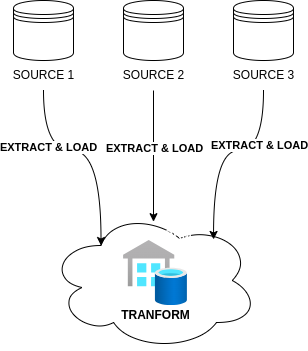
shaikezam/shaikezam.github.io keeps this draw.io diagram as style/elt.png. Above is the earlier version. Source tidied: cells renumbered, new cells last; positions are measured from the earlier drawing's top-left corner, leaving out a move shared by most shapes. The source it was exported from:
```xml
<mxGraphModel>
  <root>
    <mxCell id="0" />
    <mxCell id="1" parent="0" />
    <mxCell id="2" style="ellipse;shape=cloud;whiteSpace=wrap;html=1;" parent="1" vertex="1">
      <mxGeometry x="45" y="210" width="210" height="140" as="geometry" />
    </mxCell>
    <mxCell id="3" style="shape=datastore;whiteSpace=wrap;html=1;" parent="1" vertex="1">
      <mxGeometry x="10" width="60" height="60" as="geometry" />
    </mxCell>
    <mxCell id="4" style="shape=datastore;whiteSpace=wrap;html=1;" parent="1" vertex="1">
      <mxGeometry x="120" width="60" height="60" as="geometry" />
    </mxCell>
    <mxCell id="5" style="shape=datastore;whiteSpace=wrap;html=1;" parent="1" vertex="1">
      <mxGeometry x="230" width="60" height="60" as="geometry" />
    </mxCell>
    <mxCell id="6" value="SOURCE 1" style="text;html=1;align=center;verticalAlign=middle;points=[];strokeColor=none;fillColor=none;" parent="1" vertex="1">
      <mxGeometry y="60" width="80" height="30" as="geometry" />
    </mxCell>
    <mxCell id="7" value="SOURCE 2" style="text;html=1;align=center;verticalAlign=middle;points=[];strokeColor=none;fillColor=none;" parent="1" vertex="1">
      <mxGeometry x="110" y="60" width="80" height="30" as="geometry" />
    </mxCell>
    <mxCell id="8" value="SOURCE 3" style="text;html=1;align=center;verticalAlign=middle;points=[];strokeColor=none;fillColor=none;" parent="1" vertex="1">
      <mxGeometry x="220" y="60" width="80" height="30" as="geometry" />
    </mxCell>
    <mxCell id="9" style="edgeStyle=orthogonalEdgeStyle;rounded=0;jettySize=auto;html=1;startArrow=classic;startFill=1;endArrow=none;endFill=0;curved=1;exitX=0.25;exitY=0.25;exitDx=0;exitDy=0;exitPerimeter=0;" parent="1" edge="1" source="2" target="6">
      <mxGeometry relative="1" as="geometry" />
    </mxCell>
    <mxCell id="10" value="EXTRACT &amp;amp; LOAD" style="edgeLabel;html=1;align=center;verticalAlign=middle;fontStyle=1;" parent="9" vertex="1">
      <mxGeometry x="0.39" y="-4" relative="1" as="geometry" />
    </mxCell>
    <mxCell id="11" style="edgeStyle=orthogonalEdgeStyle;rounded=0;jettySize=auto;html=1;startArrow=classic;startFill=1;endArrow=none;endFill=0;curved=1;exitX=0.786;exitY=0.207;exitDx=0;exitDy=0;exitPerimeter=0;" parent="1" edge="1" source="2" target="8">
      <mxGeometry relative="1" as="geometry" />
    </mxCell>
    <mxCell id="12" value="&lt;span style=&quot;color: rgb(0, 0, 0); font-family: Helvetica; font-size: 11px; font-style: normal; font-variant-ligatures: normal; font-variant-caps: normal; font-weight: 700; letter-spacing: normal; orphans: 2; text-align: center; text-indent: 0px; text-transform: none; widows: 2; word-spacing: 0px; -webkit-text-stroke-width: 0px; white-space: nowrap; background-color: rgb(255, 255, 255); text-decoration-thickness: initial; text-decoration-style: initial; text-decoration-color: initial; display: inline !important; float: none;&quot;&gt;EXTRACT &amp;amp; LOAD&lt;/span&gt;" style="edgeLabel;html=1;align=center;verticalAlign=middle;fontStyle=1;" parent="11" vertex="1">
      <mxGeometry x="0.35" y="6" relative="1" as="geometry" />
    </mxCell>
    <mxCell id="13" value="TRANSFORM" style="text;html=1;align=center;verticalAlign=middle;points=[];strokeColor=none;fillColor=none;fontStyle=1;fontColor=#FFFFFF;" parent="1" vertex="1">
      <mxGeometry x="100" y="220" width="100" height="30" as="geometry" />
    </mxCell>
    <mxCell id="14" style="image;html=1;align=center;fontSize=12;image=img/lib/azure2/databases/SQL_Data_Warehouses.svg;" parent="1" vertex="1">
      <mxGeometry x="120" y="240" width="64" height="65" as="geometry" />
    </mxCell>
    <mxCell id="15" value="&lt;b&gt;TRANFORM&lt;/b&gt;" style="text;html=1;align=center;verticalAlign=middle;strokeColor=none;fillColor=none;" parent="1" vertex="1">
      <mxGeometry x="107" y="300" width="90" height="30" as="geometry" />
    </mxCell>
    <mxCell id="16" style="edgeStyle=orthogonalEdgeStyle;rounded=0;jettySize=auto;html=1;entryX=0.5;entryY=0.039;entryDx=0;entryDy=0;entryPerimeter=0;" parent="1" edge="1" source="7" target="13">
      <mxGeometry relative="1" as="geometry" />
    </mxCell>
    <mxCell id="17" value="&lt;span style=&quot;font-weight: 700;&quot;&gt;EXTRACT &amp;amp; LOAD&lt;/span&gt;" style="edgeLabel;html=1;align=center;verticalAlign=middle;" parent="16" vertex="1">
      <mxGeometry x="-0.13" relative="1" as="geometry" />
    </mxCell>
  </root>
</mxGraphModel>
```
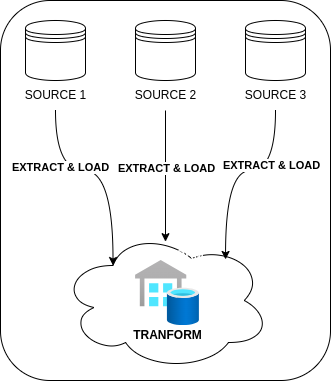
After the commit.

Commit message:
start schema

The edit, as a diff of the source:
```diff
@@ -2,6 +2,9 @@
   <root>
     <mxCell id="0" />
     <mxCell id="1" parent="0" />
+    <mxCell id="18" style="rounded=1;whiteSpace=wrap;html=1;" parent="1" vertex="1">
+      <mxGeometry x="-15" y="-20" width="330" height="380" as="geometry" />
+    </mxCell>
     <mxCell id="2" style="ellipse;shape=cloud;whiteSpace=wrap;html=1;" parent="1" vertex="1">
       <mxGeometry x="45" y="210" width="210" height="140" as="geometry" />
     </mxCell>
```
